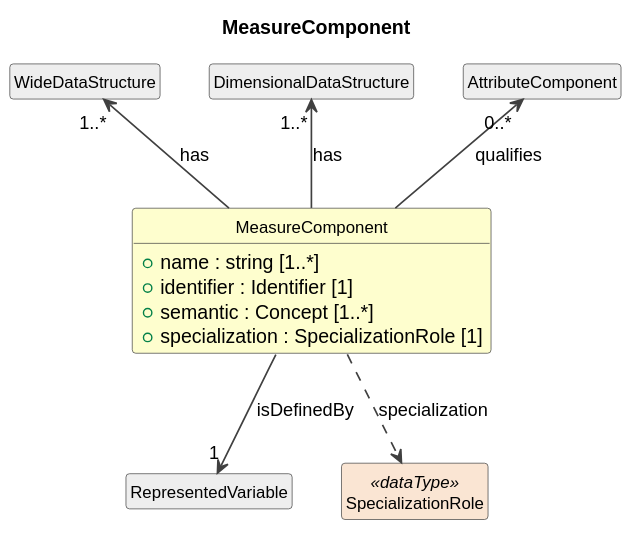
This is build/plantuml/cdifDataStructure/Classes/MeasureComponent.svg from Cross-Domain-Interoperability-Framework/metadataBuildingBlocks, a PlantUML export, as it was before one commit.
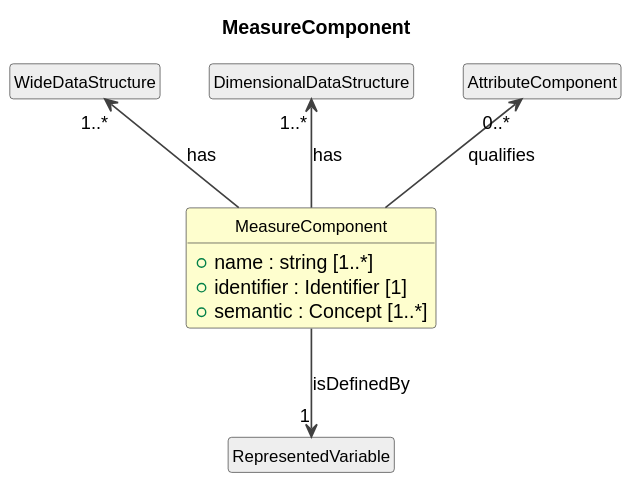
The same diagram one commit later.

The edit, as a diff of the source:
```diff
@@ -14,7 +14,6 @@
   +name : string [1..*]
   +identifier : Identifier [1]
   +semantic : Concept [1..*]
-  +specialization : SpecializationRole [1]
 }
 class "WideDataStructure" as WideDataStructure #EEEEEE
 WideDataStructure "1..*" <-- MeasureComponent : has
@@ -24,6 +23,4 @@
 MeasureComponent --> "1" RepresentedVariable : isDefinedBy
 class "AttributeComponent" as AttributeComponent #EEEEEE
 AttributeComponent "0..*" <-- MeasureComponent : qualifies
-class "SpecializationRole" as SpecializationRole <<dataType>> #FAE5D3
-MeasureComponent ..> SpecializationRole : specialization
 @enduml
```
